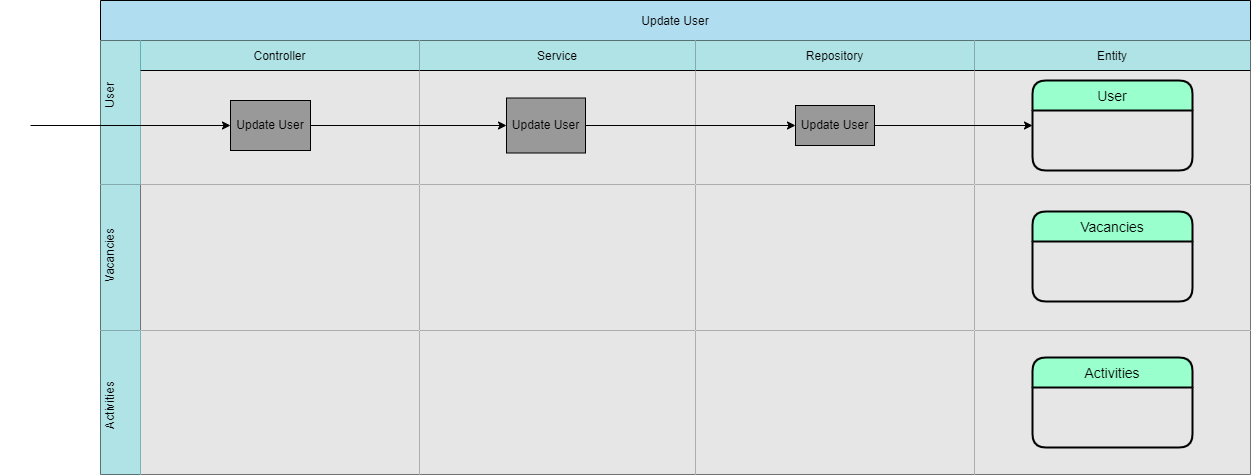
This is documents/asd/VAC-ASD-Update-User-AS-v1.png from AaronSaya/educom-symfony-1690191754, a draw.io export, as it was before one commit. Source tidied: cells renumbered, new cells last; positions are measured from the earlier drawing's top-left corner, leaving out a move shared by most shapes.
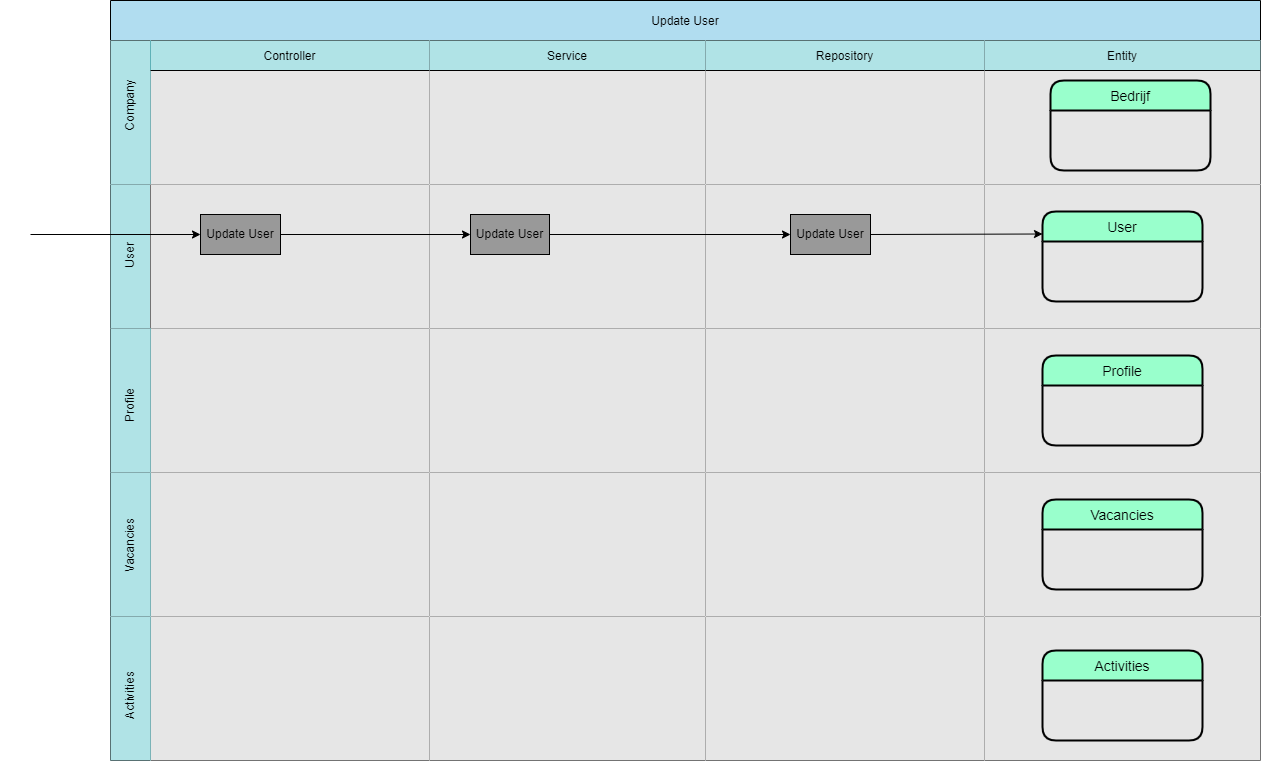
After the commit.

What changed in the source:
```diff
@@ -3,7 +3,7 @@
     <mxCell id="0" />
     <mxCell id="1" parent="0" />
     <mxCell id="2" value="Update User" style="shape=table;startSize=40;fillColor=#b1ddf0;strokeColor=#000000;fontColor=#000000;" parent="1" vertex="1">
-      <mxGeometry x="100" width="1150" height="474" as="geometry" />
+      <mxGeometry x="90" width="1150" height="760" as="geometry" />
     </mxCell>
     <mxCell id="3" style="shape=tableRow;horizontal=0;swimlaneHead=0;swimlaneBody=0;top=0;left=0;bottom=0;right=0;fontStyle=0;fillColor=#b0e3e6;startSize=40;strokeColor=#0e8088;fontColor=#000000;" parent="2" vertex="1">
       <mxGeometry y="40" width="1150" height="144" as="geometry" />
@@ -11,86 +11,128 @@
     <mxCell id="4" value="Controller" style="swimlane;swimlaneHead=0;swimlaneBody=0;fontStyle=0;fillColor=#b0e3e6;startSize=30;strokeColor=#000000;fontColor=#000000;swimlaneFillColor=#E6E6E6;" parent="3" vertex="1">
       <mxGeometry x="40" width="279" height="144" as="geometry" />
     </mxCell>
-    <mxCell id="5" value="&lt;span style=&quot;&quot;&gt;Update&amp;nbsp;&lt;/span&gt;User" style="whiteSpace=wrap;html=1;fillColor=#999999;fillStyle=auto;fontColor=#000000;" parent="4" vertex="1">
-      <mxGeometry x="90" y="60" width="80" height="50" as="geometry" />
-    </mxCell>
     <mxCell id="6" value="Service" style="swimlane;swimlaneHead=0;swimlaneBody=0;fontStyle=0;fillColor=#b0e3e6;startSize=30;strokeColor=#000000;fontColor=#000000;swimlaneFillColor=#E6E6E6;" parent="3" vertex="1">
       <mxGeometry x="319" width="276" height="144" as="geometry" />
     </mxCell>
-    <mxCell id="7" value="&lt;span style=&quot;&quot;&gt;Update&amp;nbsp;&lt;/span&gt;User" style="whiteSpace=wrap;html=1;fillColor=#999999;fontColor=#000000;" parent="6" vertex="1">
-      <mxGeometry x="87" y="57.5" width="79" height="55" as="geometry" />
-    </mxCell>
     <mxCell id="8" value="Repository" style="swimlane;swimlaneHead=0;swimlaneBody=0;fontStyle=0;fillColor=#b0e3e6;startSize=30;strokeColor=#000000;fontColor=#000000;swimlaneFillColor=#E6E6E6;" parent="3" vertex="1">
       <mxGeometry x="595" width="279" height="144" as="geometry" />
     </mxCell>
-    <mxCell id="9" value="&lt;span style=&quot;&quot;&gt;Update&amp;nbsp;&lt;/span&gt;User" style="whiteSpace=wrap;html=1;fillColor=#999999;fontColor=#000000;" parent="8" vertex="1">
-      <mxGeometry x="100" y="65" width="79" height="40" as="geometry" />
-    </mxCell>
     <mxCell id="10" value="Entity" style="swimlane;swimlaneHead=0;swimlaneBody=0;fontStyle=0;fillColor=#b0e3e6;startSize=30;strokeColor=#000000;fontColor=#000000;swimlaneFillColor=#E6E6E6;" parent="3" vertex="1">
       <mxGeometry x="874" width="276" height="144" as="geometry" />
     </mxCell>
+    <mxCell id="32" value="Bedrijf" style="swimlane;horizontal=1;startSize=30;rounded=1;fontSize=14;fontStyle=0;strokeWidth=2;shadow=0;dashed=0;align=center;fillColor=#99FFCC;strokeColor=#000000;fontColor=#000000;" parent="10" vertex="1">
+      <mxGeometry x="66" y="40" width="160" height="90" as="geometry" />
+    </mxCell>
+    <mxCell id="33" style="shape=tableRow;horizontal=0;swimlaneHead=0;swimlaneBody=0;top=0;left=0;bottom=0;right=0;fontStyle=0;fillColor=#b0e3e6;startSize=40;strokeColor=#000000;" parent="2" vertex="1">
+      <mxGeometry y="184" width="1150" height="144" as="geometry" />
+    </mxCell>
+    <mxCell id="34" style="swimlane;swimlaneHead=0;swimlaneBody=0;fontStyle=0;fillColor=none;startSize=0;swimlaneFillColor=#E6E6E6;strokeColor=#000000;" parent="33" vertex="1">
+      <mxGeometry x="40" width="279" height="144" as="geometry" />
+    </mxCell>
+    <mxCell id="35" value="Update User" style="whiteSpace=wrap;html=1;fillColor=#999999;fillStyle=auto;fontColor=#000000;" parent="34" vertex="1">
+      <mxGeometry x="50" y="30" width="80" height="40" as="geometry" />
+    </mxCell>
+    <mxCell id="36" style="swimlane;swimlaneHead=0;swimlaneBody=0;fontStyle=0;fillColor=none;startSize=0;swimlaneFillColor=#E6E6E6;strokeColor=#000000;fontColor=#000000;" parent="33" vertex="1">
+      <mxGeometry x="319" width="276" height="144" as="geometry" />
+    </mxCell>
+    <mxCell id="37" value="Update User" style="whiteSpace=wrap;html=1;fillColor=#999999;fontColor=#000000;" parent="36" vertex="1">
+      <mxGeometry x="41" y="30" width="79" height="40" as="geometry" />
+    </mxCell>
+    <mxCell id="38" style="swimlane;swimlaneHead=0;swimlaneBody=0;fontStyle=0;fillColor=none;startSize=0;swimlaneFillColor=#E6E6E6;strokeColor=#000000;" parent="33" vertex="1">
+      <mxGeometry x="595" width="279" height="144" as="geometry" />
+    </mxCell>
+    <mxCell id="39" value="Update User" style="whiteSpace=wrap;html=1;fillColor=#999999;fontColor=#000000;" parent="38" vertex="1">
+      <mxGeometry x="85" y="30" width="80" height="40" as="geometry" />
+    </mxCell>
+    <mxCell id="40" style="swimlane;swimlaneHead=0;swimlaneBody=0;fontStyle=0;fillColor=none;startSize=0;swimlaneFillColor=#E6E6E6;strokeColor=#000000;" parent="33" vertex="1">
+      <mxGeometry x="874" width="276" height="144" as="geometry" />
+    </mxCell>
-    <mxCell id="11" value="User" style="swimlane;horizontal=1;startSize=30;rounded=1;fontSize=14;fontStyle=0;strokeWidth=2;shadow=0;dashed=0;align=center;fillColor=#99FFCC;strokeColor=#000000;fontColor=#000000;" parent="10" vertex="1">
-      <mxGeometry x="58" y="40" width="160" height="90" as="geometry" />
+    <mxCell id="11" value="User" style="swimlane;horizontal=1;startSize=30;rounded=1;fontSize=14;fontStyle=0;strokeWidth=2;shadow=0;dashed=0;align=center;fillColor=#99FFCC;strokeColor=#000000;fontColor=#000000;" parent="40" vertex="1">
+      <mxGeometry x="58" y="27" width="160" height="90" as="geometry" />
     </mxCell>
-    <mxCell id="12" style="edgeStyle=none;html=1;entryX=0;entryY=0.5;entryDx=0;entryDy=0;strokeColor=#000000;" parent="3" edge="1" source="5" target="7">
-      <mxGeometry relative="1" as="geometry" />
-    </mxCell>
-    <mxCell id="13" style="edgeStyle=none;html=1;entryX=0;entryY=0.5;entryDx=0;entryDy=0;strokeColor=#000000;" parent="3" edge="1" source="7" target="9">
-      <mxGeometry relative="1" as="geometry" />
-    </mxCell>
-    <mxCell id="14" style="edgeStyle=none;html=1;entryX=0;entryY=0.5;entryDx=0;entryDy=0;strokeColor=#000000;" parent="3" edge="1" source="9" target="11">
-      <mxGeometry relative="1" as="geometry" />
-    </mxCell>
-    <mxCell id="15" style="shape=tableRow;horizontal=0;swimlaneHead=0;swimlaneBody=0;top=0;left=0;bottom=0;right=0;fontStyle=0;fillColor=#b0e3e6;startSize=40;strokeColor=#000000;" parent="2" vertex="1">
-      <mxGeometry y="184" width="1150" height="146" as="geometry" />
-    </mxCell>
-    <mxCell id="16" style="swimlane;swimlaneHead=0;swimlaneBody=0;fontStyle=0;fillColor=none;startSize=0;swimlaneFillColor=#E6E6E6;strokeColor=#000000;" parent="15" vertex="1">
-      <mxGeometry x="40" width="279" height="146" as="geometry" />
-    </mxCell>
-    <mxCell id="17" style="swimlane;swimlaneHead=0;swimlaneBody=0;fontStyle=0;fillColor=none;startSize=0;swimlaneFillColor=#E6E6E6;strokeColor=#000000;fontColor=#000000;" parent="15" vertex="1">
-      <mxGeometry x="319" width="276" height="146" as="geometry" />
-    </mxCell>
-    <mxCell id="18" style="swimlane;swimlaneHead=0;swimlaneBody=0;fontStyle=0;fillColor=none;startSize=0;swimlaneFillColor=#E6E6E6;strokeColor=#000000;" parent="15" vertex="1">
-      <mxGeometry x="595" width="279" height="146" as="geometry" />
-    </mxCell>
-    <mxCell id="19" style="swimlane;swimlaneHead=0;swimlaneBody=0;fontStyle=0;fillColor=none;startSize=0;swimlaneFillColor=#E6E6E6;strokeColor=#000000;" parent="15" vertex="1">
-      <mxGeometry x="874" width="276" height="146" as="geometry" />
-    </mxCell>
+    <mxCell id="41" style="edgeStyle=none;html=1;entryX=0;entryY=0.5;entryDx=0;entryDy=0;strokeColor=#000000;" parent="33" edge="1" source="35" target="37">
+      <mxGeometry relative="1" as="geometry" />
+    </mxCell>
+    <mxCell id="42" style="edgeStyle=none;html=1;strokeColor=#000000;" parent="33" edge="1" source="37" target="39">
+      <mxGeometry relative="1" as="geometry" />
+    </mxCell>
+    <mxCell id="43" style="edgeStyle=none;html=1;exitX=1;exitY=0.5;exitDx=0;exitDy=0;entryX=0;entryY=0.25;entryDx=0;entryDy=0;strokeColor=#000000;fontColor=#FFFFFF;" parent="33" edge="1" source="39" target="11">
+      <mxGeometry relative="1" as="geometry" />
+    </mxCell>
+    <mxCell id="44" style="shape=tableRow;horizontal=0;swimlaneHead=0;swimlaneBody=0;top=0;left=0;bottom=0;right=0;fontStyle=0;fillColor=#b0e3e6;startSize=40;strokeColor=#0e8088;" parent="2" vertex="1">
+      <mxGeometry y="328" width="1150" height="144" as="geometry" />
+    </mxCell>
+    <mxCell id="45" style="swimlane;swimlaneHead=0;swimlaneBody=0;fontStyle=0;fillColor=none;startSize=0;swimlaneFillColor=#E6E6E6;strokeColor=#000000;" parent="44" vertex="1">
+      <mxGeometry x="40" width="279" height="144" as="geometry" />
+    </mxCell>
+    <mxCell id="46" style="swimlane;swimlaneHead=0;swimlaneBody=0;fontStyle=0;fillColor=none;startSize=0;swimlaneFillColor=#E6E6E6;strokeColor=#000000;" parent="44" vertex="1">
+      <mxGeometry x="319" width="276" height="144" as="geometry" />
+    </mxCell>
+    <mxCell id="24" style="swimlane;swimlaneHead=0;swimlaneBody=0;fontStyle=0;fillColor=none;startSize=0;fontColor=#000000;swimlaneFillColor=#E6E6E6;strokeColor=#000000;" parent="44" vertex="1">
+      <mxGeometry x="595" width="279" height="144" as="geometry" />
+    </mxCell>
+    <mxCell id="47" style="swimlane;swimlaneHead=0;swimlaneBody=0;fontStyle=0;fillColor=none;startSize=0;swimlaneFillColor=#E6E6E6;strokeColor=#000000;" parent="44" vertex="1">
+      <mxGeometry x="874" width="276" height="144" as="geometry" />
+    </mxCell>
+    <mxCell id="48" value="Profile" style="swimlane;horizontal=1;startSize=30;rounded=1;fontSize=14;fontStyle=0;strokeWidth=2;shadow=0;dashed=0;align=center;fillColor=#99FFCC;strokeColor=#000000;fontColor=#000000;" parent="47" vertex="1">
+      <mxGeometry x="58" y="27" width="160" height="90" as="geometry" />
+    </mxCell>
+    <mxCell id="49" style="shape=tableRow;horizontal=0;swimlaneHead=0;swimlaneBody=0;top=0;left=0;bottom=0;right=0;fontStyle=0;fillColor=#b0e3e6;startSize=40;strokeColor=#0e8088;" parent="2" vertex="1">
+      <mxGeometry y="472" width="1150" height="144" as="geometry" />
+    </mxCell>
+    <mxCell id="50" style="swimlane;swimlaneHead=0;swimlaneBody=0;fontStyle=0;fillColor=none;startSize=0;swimlaneFillColor=#E6E6E6;strokeColor=#000000;" parent="49" vertex="1">
+      <mxGeometry x="40" width="279" height="144" as="geometry" />
+    </mxCell>
+    <mxCell id="51" style="swimlane;swimlaneHead=0;swimlaneBody=0;fontStyle=0;fillColor=none;startSize=0;swimlaneFillColor=#E6E6E6;strokeColor=#000000;" parent="49" vertex="1">
+      <mxGeometry x="319" width="276" height="144" as="geometry" />
+    </mxCell>
+    <mxCell id="52" style="swimlane;swimlaneHead=0;swimlaneBody=0;fontStyle=0;fillColor=none;startSize=0;swimlaneFillColor=#E6E6E6;strokeColor=#000000;" parent="49" vertex="1">
+      <mxGeometry x="595" width="279" height="144" as="geometry" />
+    </mxCell>
+    <mxCell id="53" style="swimlane;swimlaneHead=0;swimlaneBody=0;fontStyle=0;fillColor=none;startSize=0;swimlaneFillColor=#E6E6E6;" parent="49" vertex="1">
+      <mxGeometry x="874" width="276" height="144" as="geometry" />
+    </mxCell>
-    <mxCell id="20" value="Vacancies" style="swimlane;horizontal=1;startSize=30;rounded=1;fontSize=14;fontStyle=0;strokeWidth=2;shadow=0;dashed=0;align=center;fillColor=#99FFCC;strokeColor=#000000;fontColor=#000000;" parent="19" vertex="1">
+    <mxCell id="20" value="Vacancies" style="swimlane;horizontal=1;startSize=30;rounded=1;fontSize=14;fontStyle=0;strokeWidth=2;shadow=0;dashed=0;align=center;fillColor=#99FFCC;strokeColor=#000000;fontColor=#000000;" parent="53" vertex="1">
       <mxGeometry x="58" y="27" width="160" height="90" as="geometry" />
     </mxCell>
-    <mxCell id="21" style="shape=tableRow;horizontal=0;swimlaneHead=0;swimlaneBody=0;top=0;left=0;bottom=0;right=0;fontStyle=0;fillColor=#b0e3e6;startSize=40;strokeColor=#0e8088;" parent="2" vertex="1">
-      <mxGeometry y="330" width="1150" height="144" as="geometry" />
-    </mxCell>
-    <mxCell id="22" style="swimlane;swimlaneHead=0;swimlaneBody=0;fontStyle=0;fillColor=none;startSize=0;swimlaneFillColor=#E6E6E6;strokeColor=#000000;" parent="21" vertex="1">
-      <mxGeometry x="40" width="279" height="144" as="geometry" />
-    </mxCell>
-    <mxCell id="23" style="swimlane;swimlaneHead=0;swimlaneBody=0;fontStyle=0;fillColor=none;startSize=0;swimlaneFillColor=#E6E6E6;strokeColor=#000000;" parent="21" vertex="1">
-      <mxGeometry x="319" width="276" height="144" as="geometry" />
-    </mxCell>
-    <mxCell id="24" style="swimlane;swimlaneHead=0;swimlaneBody=0;fontStyle=0;fillColor=none;startSize=0;fontColor=#000000;swimlaneFillColor=#E6E6E6;strokeColor=#000000;" parent="21" vertex="1">
-      <mxGeometry x="595" width="279" height="144" as="geometry" />
-    </mxCell>
-    <mxCell id="25" style="swimlane;swimlaneHead=0;swimlaneBody=0;fontStyle=0;fillColor=none;startSize=0;swimlaneFillColor=#E6E6E6;strokeColor=#000000;" parent="21" vertex="1">
-      <mxGeometry x="874" width="276" height="144" as="geometry" />
-    </mxCell>
+    <mxCell id="54" style="shape=tableRow;horizontal=0;swimlaneHead=0;swimlaneBody=0;top=0;left=0;bottom=0;right=0;fontStyle=0;fillColor=#b0e3e6;startSize=40;strokeColor=#0e8088;" parent="2" vertex="1">
+      <mxGeometry y="616" width="1150" height="144" as="geometry" />
+    </mxCell>
+    <mxCell id="55" style="swimlane;swimlaneHead=0;swimlaneBody=0;fontStyle=0;fillColor=none;startSize=0;swimlaneFillColor=#E6E6E6;strokeColor=#000000;" parent="54" vertex="1">
+      <mxGeometry x="40" width="279" height="144" as="geometry" />
+    </mxCell>
+    <mxCell id="56" style="swimlane;swimlaneHead=0;swimlaneBody=0;fontStyle=0;fillColor=none;startSize=0;swimlaneFillColor=#E6E6E6;strokeColor=#000000;" parent="54" vertex="1">
+      <mxGeometry x="319" width="276" height="144" as="geometry" />
+    </mxCell>
+    <mxCell id="57" style="swimlane;swimlaneHead=0;swimlaneBody=0;fontStyle=0;fillColor=none;startSize=0;swimlaneFillColor=#E6E6E6;strokeColor=#000000;" parent="54" vertex="1">
+      <mxGeometry x="595" width="279" height="144" as="geometry" />
+    </mxCell>
+    <mxCell id="58" style="swimlane;swimlaneHead=0;swimlaneBody=0;fontStyle=0;fillColor=none;startSize=0;swimlaneFillColor=#E6E6E6;strokeColor=#000000;" parent="54" vertex="1">
+      <mxGeometry x="874" width="276" height="144" as="geometry" />
+    </mxCell>
-    <mxCell id="26" value="Activities" style="swimlane;horizontal=1;startSize=30;rounded=1;fontSize=14;fontStyle=0;strokeWidth=2;shadow=0;dashed=0;align=center;fillColor=#99FFCC;strokeColor=#000000;fontColor=#000000;" parent="25" vertex="1">
-      <mxGeometry x="58" y="27" width="160" height="90" as="geometry" />
+    <mxCell id="26" value="Activities" style="swimlane;horizontal=1;startSize=30;rounded=1;fontSize=14;fontStyle=0;strokeWidth=2;shadow=0;dashed=0;align=center;fillColor=#99FFCC;strokeColor=#000000;fontColor=#000000;" parent="58" vertex="1">
+      <mxGeometry x="58" y="34" width="160" height="90" as="geometry" />
     </mxCell>
+    <mxCell id="59" value="&lt;font color=&quot;#000000&quot;&gt;Company&lt;/font&gt;" style="text;strokeColor=none;align=center;fillColor=none;html=1;verticalAlign=middle;whiteSpace=wrap;rounded=0;rotation=-90;" parent="1" vertex="1">
+      <mxGeometry x="80" y="90" width="60" height="30" as="geometry" />
+    </mxCell>
     <mxCell id="27" value="&lt;font color=&quot;#000000&quot;&gt;User&lt;/font&gt;" style="text;strokeColor=none;align=center;fillColor=none;html=1;verticalAlign=middle;whiteSpace=wrap;rounded=0;rotation=-90;" parent="1" vertex="1">
-      <mxGeometry x="80" y="80" width="60" height="30" as="geometry" />
+      <mxGeometry x="80" y="240" width="60" height="30" as="geometry" />
     </mxCell>
+    <mxCell id="60" value="&lt;font color=&quot;#000000&quot;&gt;Profile&lt;/font&gt;" style="text;strokeColor=none;align=center;fillColor=none;html=1;verticalAlign=middle;whiteSpace=wrap;rounded=0;rotation=-90;" parent="1" vertex="1">
+      <mxGeometry x="80" y="390" width="60" height="30" as="geometry" />
+    </mxCell>
     <mxCell id="28" value="&lt;font color=&quot;#000000&quot;&gt;Vacancies&lt;/font&gt;" style="text;strokeColor=none;align=center;fillColor=none;html=1;verticalAlign=middle;whiteSpace=wrap;rounded=0;rotation=-90;" parent="1" vertex="1">
-      <mxGeometry x="80" y="240" width="60" height="30" as="geometry" />
+      <mxGeometry x="80" y="530" width="60" height="30" as="geometry" />
     </mxCell>
     <mxCell id="29" value="&lt;font color=&quot;#000000&quot;&gt;Activities&lt;/font&gt;" style="text;strokeColor=none;align=center;fillColor=none;html=1;verticalAlign=middle;whiteSpace=wrap;rounded=0;rotation=-90;" parent="1" vertex="1">
-      <mxGeometry x="80" y="390" width="60" height="30" as="geometry" />
+      <mxGeometry x="80" y="680" width="60" height="30" as="geometry" />
     </mxCell>
-    <mxCell id="30" style="edgeStyle=none;html=1;strokeColor=#000000;" parent="1" edge="1" source="31" target="5">
-      <mxGeometry relative="1" as="geometry" />
-    </mxCell>
+    <mxCell id="61" style="edgeStyle=none;html=1;" parent="1" edge="1" source="31" target="35">
+      <mxGeometry relative="1" as="geometry" />
+    </mxCell>
     <mxCell id="31" value="&lt;font color=&quot;#ffffff&quot;&gt;Actor&lt;/font&gt;" style="shape=umlActor;verticalLabelPosition=bottom;verticalAlign=top;html=1;outlineConnect=0;strokeColor=#FFFFFF;fillColor=none;" parent="1" vertex="1">
-      <mxGeometry y="95" width="30" height="60" as="geometry" />
+      <mxGeometry x="-20" y="204" width="30" height="60" as="geometry" />
     </mxCell>
   </root>
 </mxGraphModel>
```
